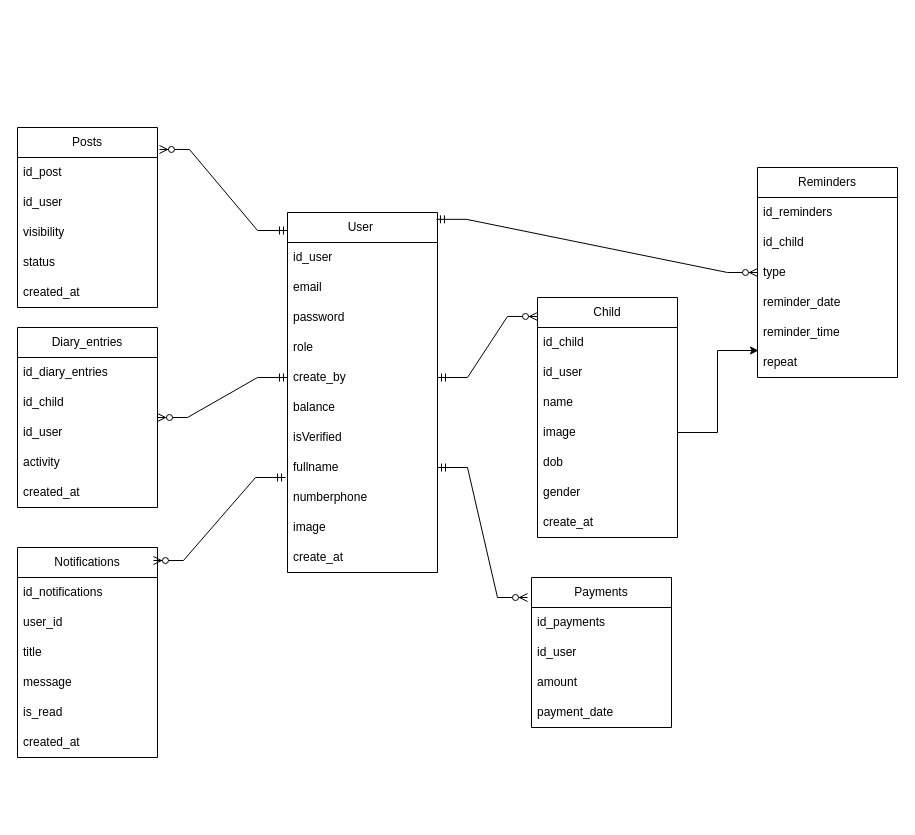
This is F.drawio from NguyenTuanDat187/draw, a draw.io file, before an edit. Source tidied: cells renumbered, new cells numbered last; positions are measured from the earlier drawing's top-left corner, leaving out a move shared by most shapes. Both pictures are drawn from the tidied source at 100%, with x=0, y=0 at pixel (-183, 127).
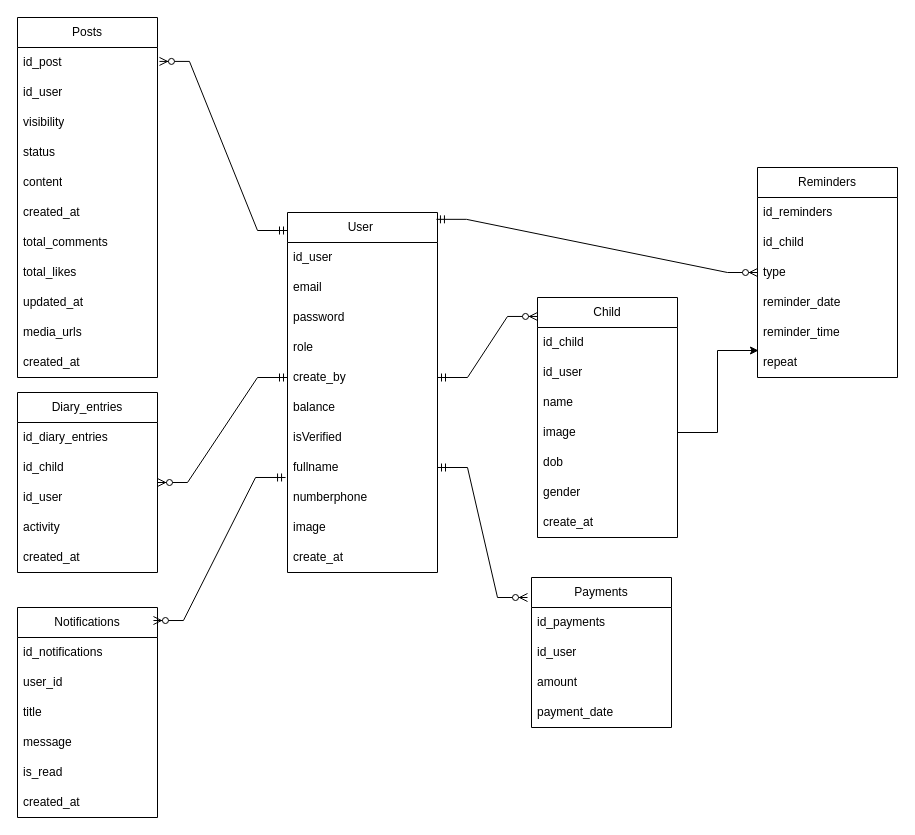
The same page after the edit.

Commit message:
Cập nhật F.drawio

The edit, as a diff of the source:
```diff
@@
     <mxCell id="29" value="Diary_entries" style="swimlane;fontStyle=0;horizontal=1;startSize=30;whiteSpace=wrap;html=1;" parent="1" vertex="1">
-      <mxGeometry x="200" y="200" width="140" height="180" as="geometry" />
+      <mxGeometry x="200" y="265" width="140" height="180" as="geometry" />
     </mxCell>
@@
     <mxCell id="35" value="Posts" style="swimlane;fontStyle=0;horizontal=1;startSize=30;whiteSpace=wrap;html=1;" parent="1" vertex="1">
-      <mxGeometry x="200" width="140" height="180" as="geometry" />
+      <mxGeometry x="200" y="-110" width="140" height="360" as="geometry" />
     </mxCell>
@@
+    <mxCell id="60" value="content" style="text;strokeColor=none;fillColor=none;align=left;verticalAlign=middle;spacingLeft=4;spacingRight=4;overflow=hidden;whiteSpace=wrap;html=1;" parent="35" vertex="1">
+      <mxGeometry y="150" width="140" height="30" as="geometry" />
+    </mxCell>
     <mxCell id="40" value="created_at" style="text;strokeColor=none;fillColor=none;align=left;verticalAlign=middle;spacingLeft=4;spacingRight=4;overflow=hidden;whiteSpace=wrap;html=1;" parent="35" vertex="1">
-      <mxGeometry y="150" width="140" height="30" as="geometry" />
+      <mxGeometry y="180" width="140" height="30" as="geometry" />
     </mxCell>
+    <mxCell id="61" value="total_comments" style="text;strokeColor=none;fillColor=none;align=left;verticalAlign=middle;spacingLeft=4;spacingRight=4;overflow=hidden;whiteSpace=wrap;html=1;" parent="35" vertex="1">
+      <mxGeometry y="210" width="140" height="30" as="geometry" />
+    </mxCell>
+    <mxCell id="62" value="total_likes" style="text;strokeColor=none;fillColor=none;align=left;verticalAlign=middle;spacingLeft=4;spacingRight=4;overflow=hidden;whiteSpace=wrap;html=1;" parent="35" vertex="1">
+      <mxGeometry y="240" width="140" height="30" as="geometry" />
+    </mxCell>
+    <mxCell id="63" value="updated_at" style="text;strokeColor=none;fillColor=none;align=left;verticalAlign=middle;spacingLeft=4;spacingRight=4;overflow=hidden;whiteSpace=wrap;html=1;" parent="35" vertex="1">
+      <mxGeometry y="270" width="140" height="30" as="geometry" />
+    </mxCell>
+    <mxCell id="64" value="media_urls" style="text;strokeColor=none;fillColor=none;align=left;verticalAlign=middle;spacingLeft=4;spacingRight=4;overflow=hidden;whiteSpace=wrap;html=1;" parent="35" vertex="1">
+      <mxGeometry y="300" width="140" height="30" as="geometry" />
+    </mxCell>
+    <mxCell id="65" value="created_at" style="text;strokeColor=none;fillColor=none;align=left;verticalAlign=middle;spacingLeft=4;spacingRight=4;overflow=hidden;whiteSpace=wrap;html=1;" parent="35" vertex="1">
+      <mxGeometry y="330" width="140" height="30" as="geometry" />
+    </mxCell>
@@
     <mxCell id="46" value="Notifications" style="swimlane;fontStyle=0;horizontal=1;startSize=30;whiteSpace=wrap;html=1;" parent="1" vertex="1">
-      <mxGeometry x="200" y="420" width="140" height="210" as="geometry" />
+      <mxGeometry x="200" y="480" width="140" height="210" as="geometry" />
     </mxCell>
```
